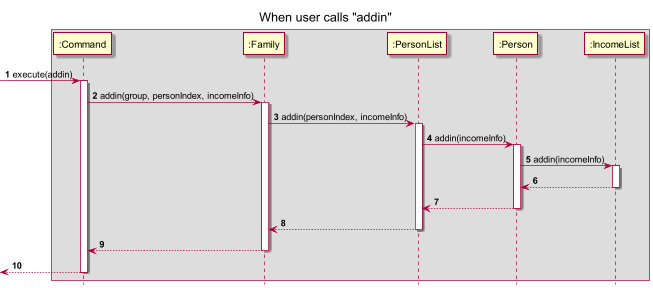
Before: docs/images/PersonStep3_1.png, a diagram exported from PlantUML (nus-cs2113-AY2122S2/tp).
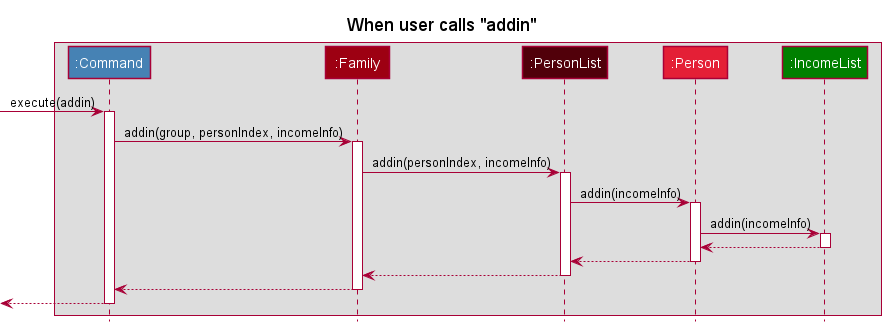
The same diagram one commit later.

Change to the diagram source:
```diff
@@ -1,15 +1,16 @@
 @startuml
-autonumber
 hide footbox
+
+!include style.puml
 
 title When user calls "addin"
 
 box
-participant ":Command" as Command
-participant ":Family" as Family
-participant ":PersonList" as PersonList
-participant ":Person" as Person
-participant ":IncomeList" as IncomeList
+participant ":Command" as Command COMMAND_COLOR
+participant ":Family" as Family MODEL_COLOR
+participant ":PersonList" as PersonList MODEL_COLOR_T3
+participant ":Person" as Person MODEL_COLOR_T2
+participant ":IncomeList" as IncomeList MONEY_COLOR
 
 [-> Command : execute(addin)
 activate Command
```
